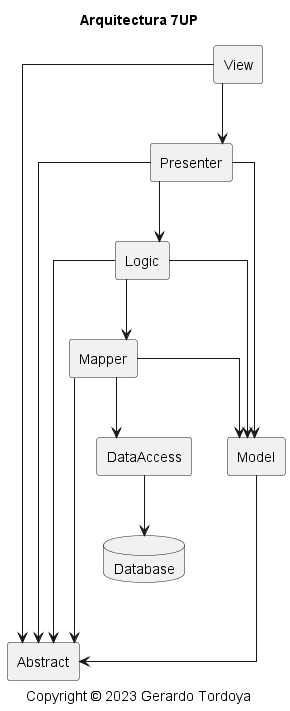
Above: Achieve/[7UP]/MVP/Arquitectura 7UP.png in zherar7ordoya/AP6 (PlantUML), before the change.
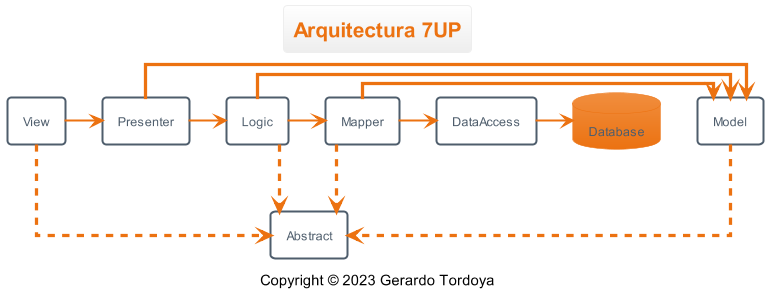
The same diagram one commit later.

The edit, as a diff of the source:
```diff
@@ -4,6 +4,7 @@
 
 
 skinparam linetype ortho
+!theme aws-orange
 
 
 
@@ -44,24 +45,20 @@
 
 
 
-View       --> Abstract
-Presenter   -> Abstract
-Model     ---> Abstract
-Logic       -> Abstract
-Mapper      -> Abstract
+View       -[dashed]->  Abstract
+Model      -[dashed]->  Abstract
+Logic      -[dashed]->  Abstract
+Mapper     -[dashed]->  Abstract
 
-View       --> Presenter
+Presenter  -[plain]>    Model
+Logic      -[plain]>    Model
+Mapper     -[plain]>    Model
 
-Presenter  --> Model
-Presenter  --> Logic
-
-Logic      --> Model
-Logic      --> Mapper
-
-Mapper     --> Model
-Mapper     --> DataAccess
-
-DataAccess --> Database
+View       -[bold]>     Presenter
+Presenter  -[bold]>     Logic
+Logic      -[bold]>     Mapper
+Mapper     -[bold]>     DataAccess
+DataAccess -[bold]>     Database
 
 
 
```
